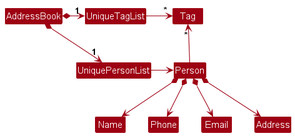
Before: docs/images/BetterModelClassDiagram.png, a diagram exported from PlantUML (bertrandong/tp). The source it was exported from:
```plantuml
@startuml
!include style.puml
skinparam arrowThickness 1.1
skinparam arrowColor MODEL_COLOR
skinparam classBackgroundColor MODEL_COLOR

AddressBook *-right-> "1" UniquePersonList
AddressBook *-right-> "1" UniqueTagList
UniqueTagList -[hidden]down- UniquePersonList
UniqueTagList -[hidden]down- UniquePersonList

UniqueTagList -right-> "*" Tag
UniquePersonList -right-> Person

Person -up-> "*" Tag

Person *--> Name
Person *--> Phone
Person *--> Email
Person *--> Address
@enduml
```
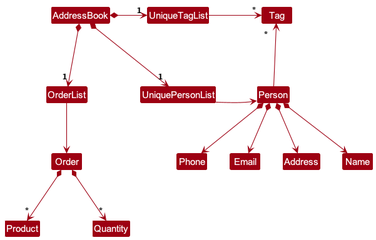
The same diagram one commit later.

Commit message:
Update developer guide with orderlist

Change to the diagram source:
```diff
@@ -6,6 +6,7 @@
 
 AddressBook *-right-> "1" UniquePersonList
 AddressBook *-right-> "1" UniqueTagList
+AddressBook *-down-> "1" OrderList
 UniqueTagList -[hidden]down- UniquePersonList
 UniqueTagList -[hidden]down- UniquePersonList
 
@@ -18,4 +19,9 @@
 Person *--> Phone
 Person *--> Email
 Person *--> Address
+
+OrderList -down-> Order
+
+Order *--> "*" Product
+Order *--> "*" Quantity
 @enduml
```
